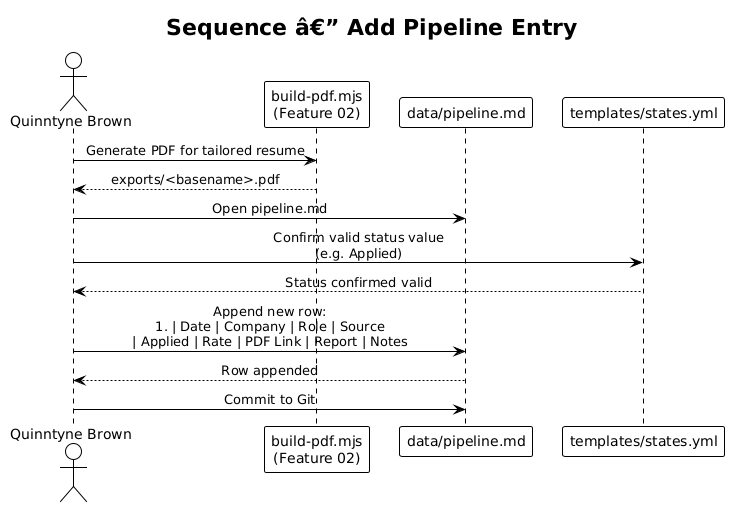
Earlier version of the PlantUML export docs/detailed-designs/03-application-pipeline-tracking/diagrams/sequence_add_entry.png (QuinntyneBrown/Orbit).
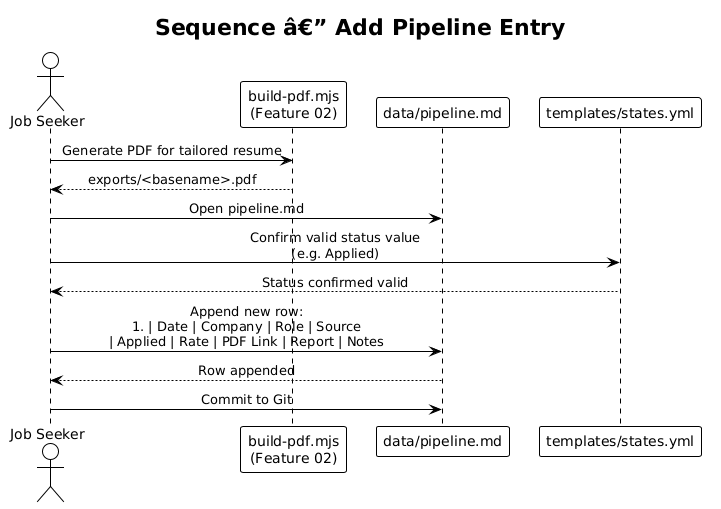
After the change.

Change to the diagram source:
```diff
@@ -4,7 +4,7 @@
 
 title Sequence â€” Add Pipeline Entry
 
-actor "Quinntyne Brown" as User
+actor "Job Seeker" as User
 participant "build-pdf.mjs\n(Feature 02)" as Build
 participant "data/pipeline.md" as Pipeline
 participant "templates/states.yml" as States
```
